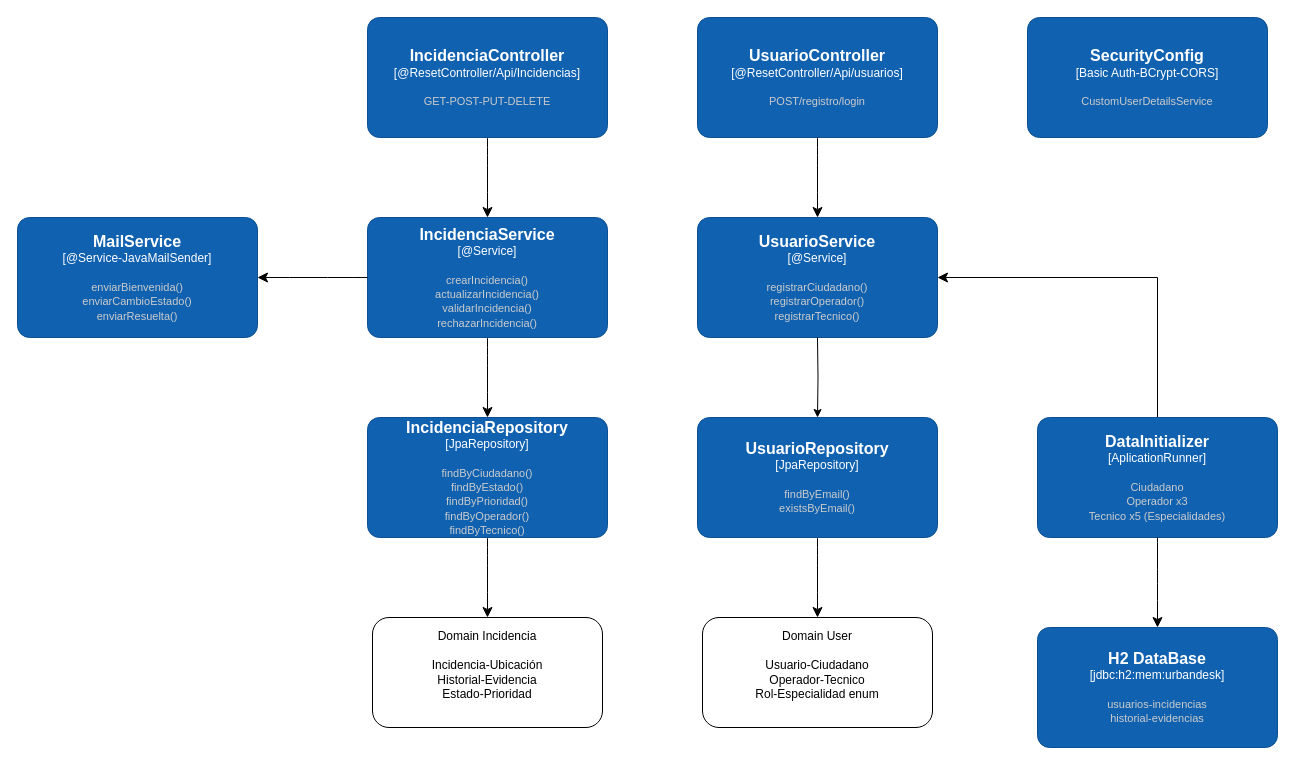
Earlier version of the draw.io diagram Diagrams/DiagramaC4(Nivel3).drawio (javimoralesg/UrbanDesk). Source tidied: cells renumbered, new cells numbered last; positions are measured from the earlier drawing's top-left corner, leaving out a move shared by most shapes. Both pictures are drawn from the tidied source at 100%, with x=0, y=0 at pixel (17, 17).
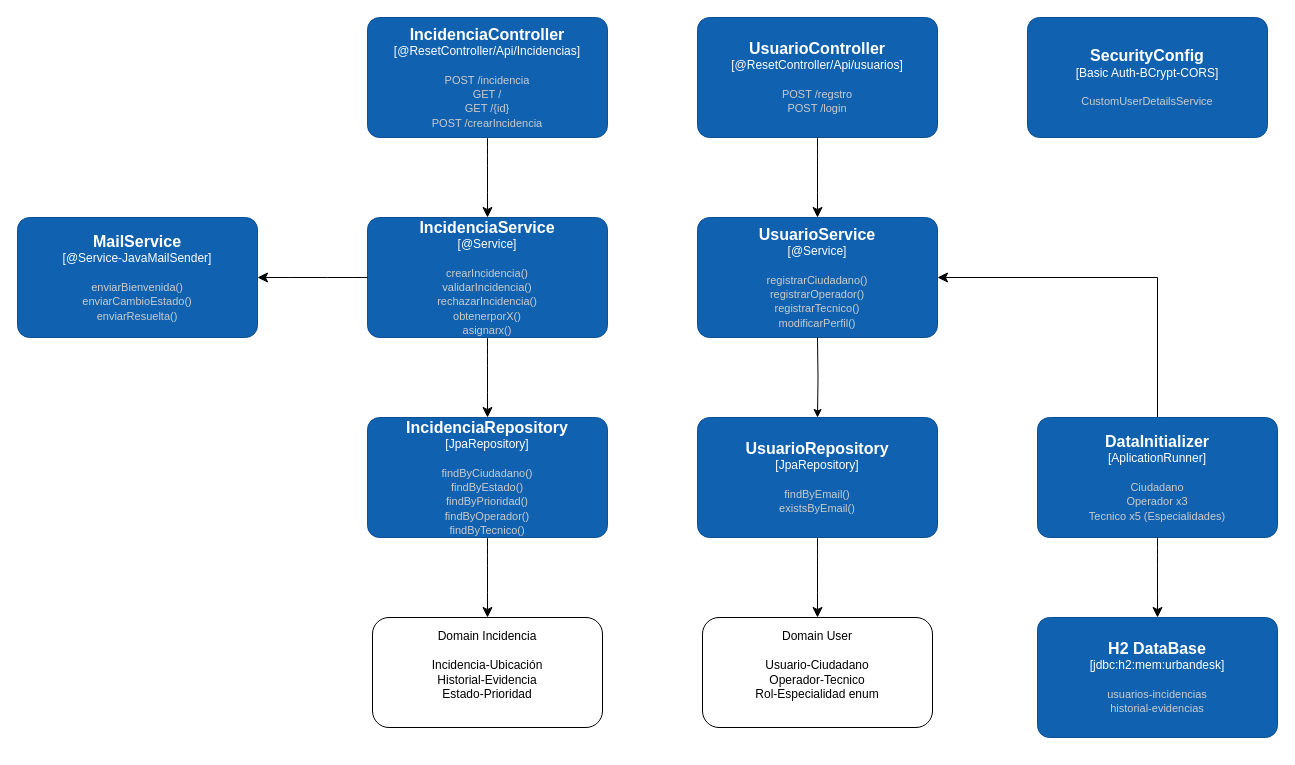
The same diagram, later.

Commit message:
fix DiagramaC4(Nivel3)

The edit, as a diff of the source:
```diff
@@
     <object id="7" label="&lt;font style=&quot;font-size: 16px&quot;&gt;&lt;b&gt;%c4Name%&lt;/b&gt;&lt;/font&gt;&lt;div&gt;[%c4Type%]&lt;/div&gt;&lt;br&gt;&lt;div&gt;&lt;font style=&quot;font-size: 11px&quot;&gt;&lt;font color=&quot;#cccccc&quot;&gt;%c4Description%&lt;/font&gt;&lt;/div&gt;" c4Description="usuarios-incidencias&#10;historial-evidencias" c4Name="H2 DataBase" c4Type="jdbc:h2:mem:urbandesk" placeholders="1">
       <mxCell style="rounded=1;whiteSpace=wrap;html=1;labelBackgroundColor=none;fillColor=#1061B0;fontColor=#ffffff;align=center;arcSize=10;strokeColor=#0D5091;points=[[0.25,0,0],[0.5,0,0],[0.75,0,0],[1,0.25,0],[1,0.5,0],[1,0.75,0],[0.75,1,0],[0.5,1,0],[0.25,1,0],[0,0.75,0],[0,0.5,0],[0,0.25,0]];" parent="1" vertex="1">
-        <mxGeometry x="1020" y="610" width="240" height="120" as="geometry" />
+        <mxGeometry x="1020" y="600" width="240" height="120" as="geometry" />
       </mxCell>
     </object>
@@
-    <object id="9" label="&lt;font style=&quot;font-size: 16px&quot;&gt;&lt;b&gt;%c4Name%&lt;/b&gt;&lt;/font&gt;&lt;div&gt;[%c4Type%]&lt;/div&gt;&lt;br&gt;&lt;div&gt;&lt;font style=&quot;font-size: 11px&quot;&gt;&lt;font color=&quot;#cccccc&quot;&gt;%c4Description%&lt;/font&gt;&lt;/div&gt;" c4Description="POST/registro/login" c4Name="UsuarioController" c4Type="@ResetController/Api/usuarios" placeholders="1">
+    <object id="9" label="&lt;font style=&quot;font-size: 16px&quot;&gt;&lt;b&gt;%c4Name%&lt;/b&gt;&lt;/font&gt;&lt;div&gt;[%c4Type%]&lt;/div&gt;&lt;br&gt;&lt;div&gt;&lt;font style=&quot;font-size: 11px&quot;&gt;&lt;font color=&quot;#cccccc&quot;&gt;%c4Description%&lt;/font&gt;&lt;/div&gt;" c4Description="POST /regstro&#10;POST /login" c4Name="UsuarioController" c4Type="@ResetController/Api/usuarios" placeholders="1">
       <mxCell style="rounded=1;whiteSpace=wrap;html=1;labelBackgroundColor=none;fillColor=#1061B0;fontColor=#ffffff;align=center;arcSize=10;strokeColor=#0D5091;points=[[0.25,0,0],[0.5,0,0],[0.75,0,0],[1,0.25,0],[1,0.5,0],[1,0.75,0],[0.75,1,0],[0.5,1,0],[0.25,1,0],[0,0.75,0],[0,0.5,0],[0,0.25,0]];" parent="1" vertex="1">
         <mxGeometry x="680" width="240" height="120" as="geometry" />
       </mxCell>
     </object>
-    <object id="10" label="&lt;font style=&quot;font-size: 16px&quot;&gt;&lt;b&gt;%c4Name%&lt;/b&gt;&lt;/font&gt;&lt;div&gt;[%c4Type%]&lt;/div&gt;&lt;br&gt;&lt;div&gt;&lt;font style=&quot;font-size: 11px&quot;&gt;&lt;font color=&quot;#cccccc&quot;&gt;%c4Description%&lt;/font&gt;&lt;/div&gt;" c4Description="registrarCiudadano()&#10;registrarOperador()&#10;registrarTecnico()" c4Name="UsuarioService" c4Type="@Service" placeholders="1">
+    <object id="10" label="&lt;font style=&quot;font-size: 16px&quot;&gt;&lt;b&gt;%c4Name%&lt;/b&gt;&lt;/font&gt;&lt;div&gt;[%c4Type%]&lt;/div&gt;&lt;br&gt;&lt;div&gt;&lt;font style=&quot;font-size: 11px&quot;&gt;&lt;font color=&quot;#cccccc&quot;&gt;%c4Description%&lt;/font&gt;&lt;/div&gt;" c4Description="registrarCiudadano()&#10;registrarOperador()&#10;registrarTecnico()&#10;modificarPerfil()" c4Name="UsuarioService" c4Type="@Service" placeholders="1">
       <mxCell style="rounded=1;whiteSpace=wrap;html=1;labelBackgroundColor=none;fillColor=#1061B0;fontColor=#ffffff;align=center;arcSize=10;strokeColor=#0D5091;points=[[0.25,0,0],[0.5,0,0],[0.75,0,0],[1,0.25,0],[1,0.5,0],[1,0.75,0],[0.75,1,0],[0.5,1,0],[0.25,1,0],[0,0.75,0],[0,0.5,0],[0,0.25,0]];" parent="1" vertex="1">
         <mxGeometry x="680" y="200" width="240" height="120" as="geometry" />
       </mxCell>
     </object>
@@
-    <object id="15" label="&lt;font style=&quot;font-size: 16px&quot;&gt;&lt;b&gt;%c4Name%&lt;/b&gt;&lt;/font&gt;&lt;div&gt;[%c4Type%]&lt;/div&gt;&lt;br&gt;&lt;div&gt;&lt;font style=&quot;font-size: 11px&quot;&gt;&lt;font color=&quot;#cccccc&quot;&gt;%c4Description%&lt;/font&gt;&lt;/div&gt;" c4Description="GET-POST-PUT-DELETE" c4Name="IncidenciaController" c4Type="@ResetController/Api/Incidencias" placeholders="1">
+    <object id="15" label="&lt;font style=&quot;font-size: 16px&quot;&gt;&lt;b&gt;%c4Name%&lt;/b&gt;&lt;/font&gt;&lt;div&gt;[%c4Type%]&lt;/div&gt;&lt;br&gt;&lt;div&gt;&lt;font style=&quot;font-size: 11px&quot;&gt;&lt;font color=&quot;#cccccc&quot;&gt;%c4Description%&lt;/font&gt;&lt;/div&gt;" c4Description="POST /incidencia&#10;GET /&#10;GET /{id}&#10;POST /crearIncidencia&#10;" c4Name="IncidenciaController" c4Type="@ResetController/Api/Incidencias" placeholders="1">
       <mxCell style="rounded=1;whiteSpace=wrap;html=1;labelBackgroundColor=none;fillColor=#1061B0;fontColor=#ffffff;align=center;arcSize=10;strokeColor=#0D5091;points=[[0.25,0,0],[0.5,0,0],[0.75,0,0],[1,0.25,0],[1,0.5,0],[1,0.75,0],[0.75,1,0],[0.5,1,0],[0.25,1,0],[0,0.75,0],[0,0.5,0],[0,0.25,0]];" parent="1" vertex="1">
         <mxGeometry x="350" width="240" height="120" as="geometry" />
       </mxCell>
     </object>
@@
-    <object id="17" label="&lt;font style=&quot;font-size: 16px&quot;&gt;&lt;b&gt;%c4Name%&lt;/b&gt;&lt;/font&gt;&lt;div&gt;[%c4Type%]&lt;/div&gt;&lt;br&gt;&lt;div&gt;&lt;font style=&quot;font-size: 11px&quot;&gt;&lt;font color=&quot;#cccccc&quot;&gt;%c4Description%&lt;/font&gt;&lt;/div&gt;" c4Description="crearIncidencia()&#10;actualizarIncidencia()&#10;validarIncidencia()&#10;rechazarIncidencia()" c4Name="IncidenciaService" c4Type="@Service" placeholders="1">
+    <object id="17" label="&lt;font style=&quot;font-size: 16px&quot;&gt;&lt;b&gt;%c4Name%&lt;/b&gt;&lt;/font&gt;&lt;div&gt;[%c4Type%]&lt;/div&gt;&lt;br&gt;&lt;div&gt;&lt;font style=&quot;font-size: 11px&quot;&gt;&lt;font color=&quot;#cccccc&quot;&gt;%c4Description%&lt;/font&gt;&lt;/div&gt;" c4Description="crearIncidencia()&#10;validarIncidencia()&#10;rechazarIncidencia()&#10;obtenerporX()&#10;asignarx()" c4Name="IncidenciaService" c4Type="@Service" placeholders="1">
       <mxCell style="rounded=1;whiteSpace=wrap;html=1;labelBackgroundColor=none;fillColor=#1061B0;fontColor=#ffffff;align=center;arcSize=10;strokeColor=#0D5091;points=[[0.25,0,0],[0.5,0,0],[0.75,0,0],[1,0.25,0],[1,0.5,0],[1,0.75,0],[0.75,1,0],[0.5,1,0],[0.25,1,0],[0,0.75,0],[0,0.5,0],[0,0.25,0]];" parent="1" vertex="1">
         <mxGeometry x="350" y="200" width="240" height="120" as="geometry" />
       </mxCell>
     </object>
```
